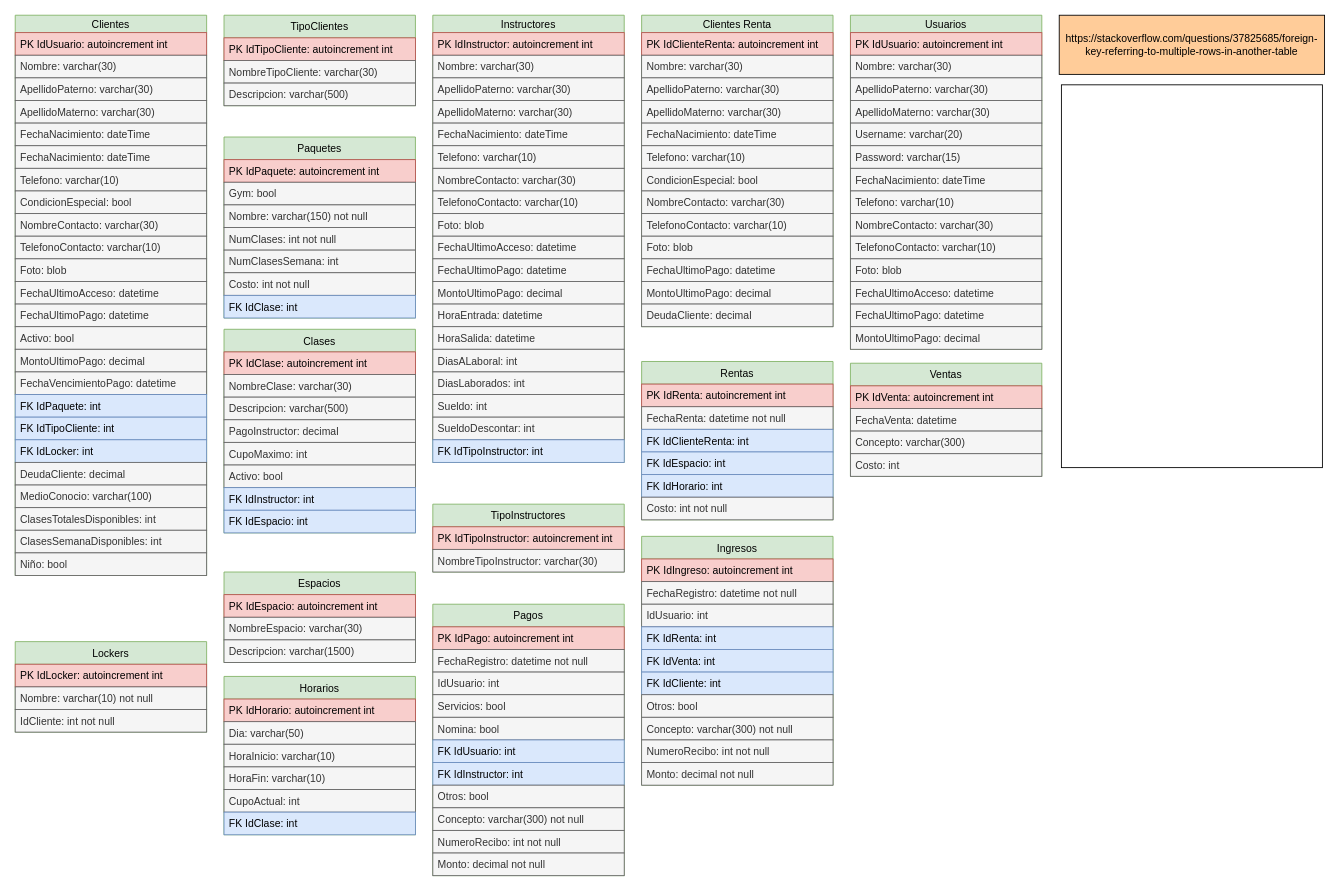
Fwxzxh/GymCastillo keeps this draw.io diagram as page "Base de Datos" (1 of 2) of GymCastillo/Docs/Diagrams/Gym.drawio. Above is the earlier version. Source tidied: cells renumbered, new cells numbered last; positions are measured from the earlier drawing's top-left corner, leaving out a move shared by most shapes. Both pictures are drawn from the tidied source at 87%, with x=0, y=0 at pixel (15, 15).
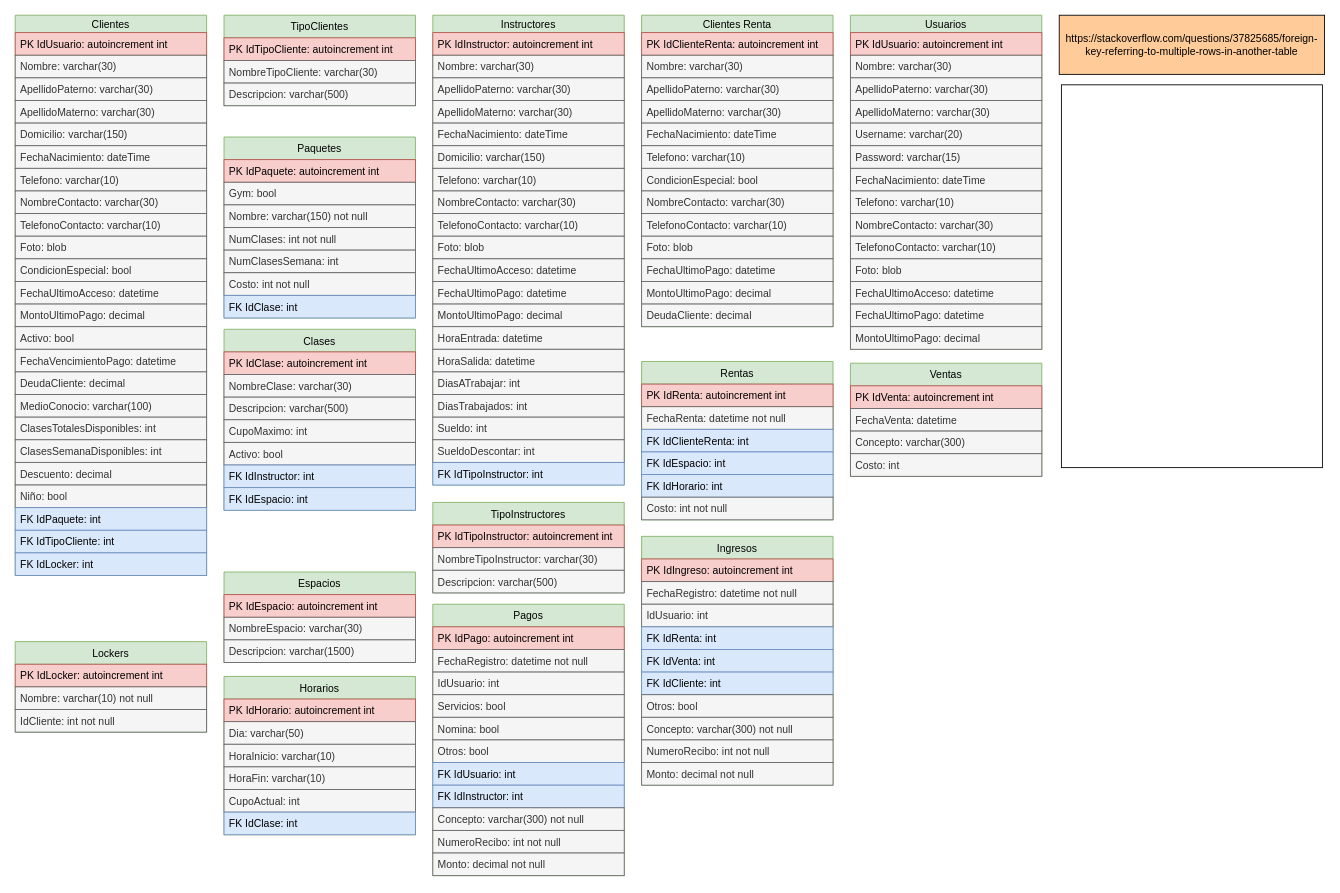
The same page after the edit.

Unchanged cells that the change refers to:
```xml
<mxCell id="2" value="Clientes" style="swimlane;fontStyle=0;horizontal=1;startSize=20;fillColor=#d5e8d4;strokeColor=#82b366;" parent="1" vertex="1">
  <mxGeometry width="220" height="644" as="geometry" />
</mxCell>
<mxCell id="60" value="Pagos" style="swimlane;fontStyle=0;horizontal=1;startSize=26;fillColor=#d5e8d4;strokeColor=#82b366;" parent="1" vertex="1">
  <mxGeometry x="480" y="677" width="220" height="312" as="geometry" />
</mxCell>
```

Diff of the diagram source:
```diff
@@
+    <mxCell id="152" value="Domicilio: varchar(150)" style="text;strokeColor=#666666;fillColor=#f5f5f5;align=left;verticalAlign=top;spacingLeft=4;spacingRight=4;overflow=hidden;fontColor=#333333;" parent="2" vertex="1">
+      <mxGeometry y="124" width="220" height="26" as="geometry" />
+    </mxCell>
     <mxCell id="7" value="FechaNacimiento: dateTime" style="text;strokeColor=#666666;fillColor=#f5f5f5;align=left;verticalAlign=top;spacingLeft=4;spacingRight=4;overflow=hidden;fontColor=#333333;" parent="2" vertex="1">
-      <mxGeometry y="124" width="220" height="26" as="geometry" />
+      <mxGeometry y="150" width="220" height="26" as="geometry" />
     </mxCell>
-    <mxCell id="8" value="FechaNacimiento: dateTime" style="text;strokeColor=#666666;fillColor=#f5f5f5;align=left;verticalAlign=top;spacingLeft=4;spacingRight=4;overflow=hidden;fontColor=#333333;" parent="2" vertex="1">
-      <mxGeometry y="150" width="220" height="26" as="geometry" />
-    </mxCell>
@@
-    <mxCell id="10" value="CondicionEspecial: bool" style="text;strokeColor=#666666;fillColor=#f5f5f5;align=left;verticalAlign=top;spacingLeft=4;spacingRight=4;overflow=hidden;fontColor=#333333;" parent="2" vertex="1">
-      <mxGeometry y="202" width="220" height="26" as="geometry" />
-    </mxCell>
     <mxCell id="11" value="NombreContacto: varchar(30)" style="text;strokeColor=#666666;fillColor=#f5f5f5;align=left;verticalAlign=top;spacingLeft=4;spacingRight=4;overflow=hidden;fontColor=#333333;" parent="2" vertex="1">
-      <mxGeometry y="228" width="220" height="26" as="geometry" />
+      <mxGeometry y="202" width="220" height="26" as="geometry" />
     </mxCell>
     <mxCell id="12" value="TelefonoContacto: varchar(10)" style="text;strokeColor=#666666;fillColor=#f5f5f5;align=left;verticalAlign=top;spacingLeft=4;spacingRight=4;overflow=hidden;fontColor=#333333;" parent="2" vertex="1">
-      <mxGeometry y="254" width="220" height="26" as="geometry" />
+      <mxGeometry y="228" width="220" height="26" as="geometry" />
     </mxCell>
     <mxCell id="13" value="Foto: blob" style="text;strokeColor=#666666;fillColor=#f5f5f5;align=left;verticalAlign=top;spacingLeft=4;spacingRight=4;overflow=hidden;fontColor=#333333;" parent="2" vertex="1">
-      <mxGeometry y="280" width="220" height="26" as="geometry" />
+      <mxGeometry y="254" width="220" height="26" as="geometry" />
     </mxCell>
+    <mxCell id="10" value="CondicionEspecial: bool" style="text;strokeColor=#666666;fillColor=#f5f5f5;align=left;verticalAlign=top;spacingLeft=4;spacingRight=4;overflow=hidden;fontColor=#333333;" parent="2" vertex="1">
+      <mxGeometry y="280" width="220" height="26" as="geometry" />
+    </mxCell>
@@
-    <mxCell id="15" value="FechaUltimoPago: datetime" style="text;strokeColor=#666666;fillColor=#f5f5f5;align=left;verticalAlign=top;spacingLeft=4;spacingRight=4;overflow=hidden;fontColor=#333333;" parent="2" vertex="1">
-      <mxGeometry y="332" width="220" height="26" as="geometry" />
-    </mxCell>
+    <mxCell id="17" value="MontoUltimoPago: decimal" style="text;strokeColor=#666666;fillColor=#f5f5f5;align=left;verticalAlign=top;spacingLeft=4;spacingRight=4;overflow=hidden;fontColor=#333333;" parent="2" vertex="1">
+      <mxGeometry y="332" width="220" height="26" as="geometry" />
+    </mxCell>
@@
-    <mxCell id="17" value="MontoUltimoPago: decimal" style="text;strokeColor=#666666;fillColor=#f5f5f5;align=left;verticalAlign=top;spacingLeft=4;spacingRight=4;overflow=hidden;fontColor=#333333;" parent="2" vertex="1">
-      <mxGeometry y="384" width="220" height="26" as="geometry" />
-    </mxCell>
     <mxCell id="18" value="FechaVencimientoPago: datetime&#10;" style="text;strokeColor=#666666;fillColor=#f5f5f5;align=left;verticalAlign=top;spacingLeft=4;spacingRight=4;overflow=hidden;fontColor=#333333;" parent="2" vertex="1">
-      <mxGeometry y="410" width="220" height="26" as="geometry" />
+      <mxGeometry y="384" width="220" height="26" as="geometry" />
     </mxCell>
-    <mxCell id="19" value="FK IdPaquete: int" style="text;strokeColor=#6c8ebf;fillColor=#dae8fc;align=left;verticalAlign=top;spacingLeft=4;spacingRight=4;overflow=hidden;" parent="2" vertex="1">
-      <mxGeometry y="436" width="220" height="26" as="geometry" />
-    </mxCell>
-    <mxCell id="20" value="FK IdTipoCliente: int" style="text;strokeColor=#6c8ebf;fillColor=#dae8fc;align=left;verticalAlign=top;spacingLeft=4;spacingRight=4;overflow=hidden;" parent="2" vertex="1">
-      <mxGeometry y="462" width="220" height="26" as="geometry" />
-    </mxCell>
-    <mxCell id="21" value="FK IdLocker: int" style="text;strokeColor=#6c8ebf;fillColor=#dae8fc;align=left;verticalAlign=top;spacingLeft=4;spacingRight=4;overflow=hidden;" parent="2" vertex="1">
-      <mxGeometry y="488" width="220" height="26" as="geometry" />
-    </mxCell>
     <mxCell id="22" value="DeudaCliente: decimal" style="text;strokeColor=#666666;fillColor=#f5f5f5;align=left;verticalAlign=top;spacingLeft=4;spacingRight=4;overflow=hidden;fontColor=#333333;" parent="2" vertex="1">
-      <mxGeometry y="514" width="220" height="26" as="geometry" />
+      <mxGeometry y="410" width="220" height="26" as="geometry" />
     </mxCell>
     <mxCell id="23" value="MedioConocio: varchar(100)" style="text;strokeColor=#666666;fillColor=#f5f5f5;align=left;verticalAlign=top;spacingLeft=4;spacingRight=4;overflow=hidden;fontColor=#333333;" parent="2" vertex="1">
-      <mxGeometry y="540" width="220" height="26" as="geometry" />
+      <mxGeometry y="436" width="220" height="26" as="geometry" />
     </mxCell>
     <mxCell id="24" value="ClasesTotalesDisponibles: int" style="text;strokeColor=#666666;fillColor=#f5f5f5;align=left;verticalAlign=top;spacingLeft=4;spacingRight=4;overflow=hidden;fontColor=#333333;" parent="2" vertex="1">
-      <mxGeometry y="566" width="220" height="26" as="geometry" />
+      <mxGeometry y="462" width="220" height="26" as="geometry" />
     </mxCell>
     <mxCell id="25" value="ClasesSemanaDisponibles: int" style="text;strokeColor=#666666;fillColor=#f5f5f5;align=left;verticalAlign=top;spacingLeft=4;spacingRight=4;overflow=hidden;fontColor=#333333;" parent="2" vertex="1">
-      <mxGeometry y="592" width="220" height="26" as="geometry" />
+      <mxGeometry y="488" width="220" height="26" as="geometry" />
     </mxCell>
+    <mxCell id="153" value="Descuento: decimal" style="text;strokeColor=#666666;fillColor=#f5f5f5;align=left;verticalAlign=top;spacingLeft=4;spacingRight=4;overflow=hidden;fontColor=#333333;" parent="2" vertex="1">
+      <mxGeometry y="514" width="220" height="26" as="geometry" />
+    </mxCell>
     <mxCell id="26" value="Niño: bool" style="text;strokeColor=#666666;fillColor=#f5f5f5;align=left;verticalAlign=top;spacingLeft=4;spacingRight=4;overflow=hidden;fontColor=#333333;" parent="2" vertex="1">
-      <mxGeometry y="618" width="220" height="26" as="geometry" />
+      <mxGeometry y="540" width="220" height="26" as="geometry" />
     </mxCell>
+    <mxCell id="19" value="FK IdPaquete: int" style="text;strokeColor=#6c8ebf;fillColor=#dae8fc;align=left;verticalAlign=top;spacingLeft=4;spacingRight=4;overflow=hidden;" parent="2" vertex="1">
+      <mxGeometry y="566" width="220" height="26" as="geometry" />
+    </mxCell>
+    <mxCell id="20" value="FK IdTipoCliente: int" style="text;strokeColor=#6c8ebf;fillColor=#dae8fc;align=left;verticalAlign=top;spacingLeft=4;spacingRight=4;overflow=hidden;" parent="2" vertex="1">
+      <mxGeometry y="592" width="220" height="26" as="geometry" />
+    </mxCell>
+    <mxCell id="21" value="FK IdLocker: int" style="text;strokeColor=#6c8ebf;fillColor=#dae8fc;align=left;verticalAlign=top;spacingLeft=4;spacingRight=4;overflow=hidden;" parent="2" vertex="1">
+      <mxGeometry y="618" width="220" height="26" as="geometry" />
+    </mxCell>
     <mxCell id="27" value="Instructores" style="swimlane;fontStyle=0;horizontal=1;startSize=20;fillColor=#d5e8d4;strokeColor=#82b366;" parent="1" vertex="1">
-      <mxGeometry x="480" width="220" height="514" as="geometry" />
+      <mxGeometry x="480" width="220" height="540" as="geometry" />
     </mxCell>
@@
+    <mxCell id="154" value="Domicilio: varchar(150)" style="text;strokeColor=#666666;fillColor=#f5f5f5;align=left;verticalAlign=top;spacingLeft=4;spacingRight=4;overflow=hidden;fontColor=#333333;" parent="27" vertex="1">
+      <mxGeometry y="150" width="220" height="26" as="geometry" />
+    </mxCell>
     <mxCell id="33" value="Telefono: varchar(10)" style="text;strokeColor=#666666;fillColor=#f5f5f5;align=left;verticalAlign=top;spacingLeft=4;spacingRight=4;overflow=hidden;fontColor=#333333;" parent="27" vertex="1">
-      <mxGeometry y="150" width="220" height="26" as="geometry" />
+      <mxGeometry y="176" width="220" height="26" as="geometry" />
     </mxCell>
     <mxCell id="34" value="NombreContacto: varchar(30)" style="text;strokeColor=#666666;fillColor=#f5f5f5;align=left;verticalAlign=top;spacingLeft=4;spacingRight=4;overflow=hidden;fontColor=#333333;" parent="27" vertex="1">
-      <mxGeometry y="176" width="220" height="26" as="geometry" />
+      <mxGeometry y="202" width="220" height="26" as="geometry" />
     </mxCell>
     <mxCell id="35" value="TelefonoContacto: varchar(10)" style="text;strokeColor=#666666;fillColor=#f5f5f5;align=left;verticalAlign=top;spacingLeft=4;spacingRight=4;overflow=hidden;fontColor=#333333;" parent="27" vertex="1">
-      <mxGeometry y="202" width="220" height="26" as="geometry" />
+      <mxGeometry y="228" width="220" height="26" as="geometry" />
     </mxCell>
     <mxCell id="36" value="Foto: blob" style="text;strokeColor=#666666;fillColor=#f5f5f5;align=left;verticalAlign=top;spacingLeft=4;spacingRight=4;overflow=hidden;fontColor=#333333;" parent="27" vertex="1">
-      <mxGeometry y="228" width="220" height="26" as="geometry" />
+      <mxGeometry y="254" width="220" height="26" as="geometry" />
     </mxCell>
     <mxCell id="37" value="FechaUltimoAcceso: datetime" style="text;strokeColor=#666666;fillColor=#f5f5f5;align=left;verticalAlign=top;spacingLeft=4;spacingRight=4;overflow=hidden;fontColor=#333333;" parent="27" vertex="1">
-      <mxGeometry y="254" width="220" height="26" as="geometry" />
+      <mxGeometry y="280" width="220" height="26" as="geometry" />
     </mxCell>
     <mxCell id="38" value="FechaUltimoPago: datetime" style="text;strokeColor=#666666;fillColor=#f5f5f5;align=left;verticalAlign=top;spacingLeft=4;spacingRight=4;overflow=hidden;fontColor=#333333;" parent="27" vertex="1">
-      <mxGeometry y="280" width="220" height="26" as="geometry" />
+      <mxGeometry y="306" width="220" height="26" as="geometry" />
     </mxCell>
     <mxCell id="39" value="MontoUltimoPago: decimal" style="text;strokeColor=#666666;fillColor=#f5f5f5;align=left;verticalAlign=top;spacingLeft=4;spacingRight=4;overflow=hidden;fontColor=#333333;" parent="27" vertex="1">
-      <mxGeometry y="306" width="220" height="26" as="geometry" />
+      <mxGeometry y="332" width="220" height="26" as="geometry" />
     </mxCell>
     <mxCell id="40" value="HoraEntrada: datetime" style="text;strokeColor=#666666;fillColor=#f5f5f5;align=left;verticalAlign=top;spacingLeft=4;spacingRight=4;overflow=hidden;fontColor=#333333;" parent="27" vertex="1">
-      <mxGeometry y="332" width="220" height="26" as="geometry" />
+      <mxGeometry y="358" width="220" height="26" as="geometry" />
     </mxCell>
     <mxCell id="41" value="HoraSalida: datetime" style="text;strokeColor=#666666;fillColor=#f5f5f5;align=left;verticalAlign=top;spacingLeft=4;spacingRight=4;overflow=hidden;fontColor=#333333;" parent="27" vertex="1">
-      <mxGeometry y="358" width="220" height="26" as="geometry" />
+      <mxGeometry y="384" width="220" height="26" as="geometry" />
     </mxCell>
-    <mxCell id="42" value="DiasALaboral: int" style="text;strokeColor=#666666;fillColor=#f5f5f5;align=left;verticalAlign=top;spacingLeft=4;spacingRight=4;overflow=hidden;fontColor=#333333;" parent="27" vertex="1">
-      <mxGeometry y="384" width="220" height="26" as="geometry" />
+    <mxCell id="42" value="DiasATrabajar: int" style="text;strokeColor=#666666;fillColor=#f5f5f5;align=left;verticalAlign=top;spacingLeft=4;spacingRight=4;overflow=hidden;fontColor=#333333;" parent="27" vertex="1">
+      <mxGeometry y="410" width="220" height="26" as="geometry" />
     </mxCell>
-    <mxCell id="43" value="DiasLaborados: int" style="text;strokeColor=#666666;fillColor=#f5f5f5;align=left;verticalAlign=top;spacingLeft=4;spacingRight=4;overflow=hidden;fontColor=#333333;" parent="27" vertex="1">
-      <mxGeometry y="410" width="220" height="26" as="geometry" />
+    <mxCell id="43" value="DiasTrabajados: int" style="text;strokeColor=#666666;fillColor=#f5f5f5;align=left;verticalAlign=top;spacingLeft=4;spacingRight=4;overflow=hidden;fontColor=#333333;" parent="27" vertex="1">
+      <mxGeometry y="436" width="220" height="26" as="geometry" />
     </mxCell>
     <mxCell id="44" value="Sueldo: int" style="text;strokeColor=#666666;fillColor=#f5f5f5;align=left;verticalAlign=top;spacingLeft=4;spacingRight=4;overflow=hidden;fontColor=#333333;" parent="27" vertex="1">
-      <mxGeometry y="436" width="220" height="26" as="geometry" />
+      <mxGeometry y="462" width="220" height="26" as="geometry" />
     </mxCell>
     <mxCell id="45" value="SueldoDescontar: int" style="text;strokeColor=#666666;fillColor=#f5f5f5;align=left;verticalAlign=top;spacingLeft=4;spacingRight=4;overflow=hidden;fontColor=#333333;" parent="27" vertex="1">
-      <mxGeometry y="462" width="220" height="26" as="geometry" />
+      <mxGeometry y="488" width="220" height="26" as="geometry" />
     </mxCell>
     <mxCell id="46" value="FK IdTipoInstructor: int" style="text;strokeColor=#6c8ebf;fillColor=#dae8fc;align=left;verticalAlign=top;spacingLeft=4;spacingRight=4;overflow=hidden;" parent="27" vertex="1">
-      <mxGeometry y="488" width="220" height="26" as="geometry" />
+      <mxGeometry y="514" width="220" height="26" as="geometry" />
     </mxCell>
@@
     <mxCell id="51" value="Clases" style="swimlane;fontStyle=0;horizontal=1;startSize=26;fillColor=#d5e8d4;strokeColor=#82b366;" parent="1" vertex="1">
-      <mxGeometry x="240" y="361" width="220" height="234" as="geometry" />
+      <mxGeometry x="240" y="361" width="220" height="208" as="geometry" />
     </mxCell>
@@
-    <mxCell id="55" value="PagoInstructor: decimal" style="text;strokeColor=#666666;fillColor=#f5f5f5;align=left;verticalAlign=top;spacingLeft=4;spacingRight=4;overflow=hidden;fontColor=#333333;" parent="51" vertex="1">
-      <mxGeometry y="104" width="220" height="26" as="geometry" />
-    </mxCell>
     <mxCell id="56" value="CupoMaximo: int" style="text;strokeColor=#666666;fillColor=#f5f5f5;align=left;verticalAlign=top;spacingLeft=4;spacingRight=4;overflow=hidden;fontColor=#333333;" parent="51" vertex="1">
-      <mxGeometry y="130" width="220" height="26" as="geometry" />
+      <mxGeometry y="104" width="220" height="26" as="geometry" />
     </mxCell>
     <mxCell id="57" value="Activo: bool" style="text;strokeColor=#666666;fillColor=#f5f5f5;align=left;verticalAlign=top;spacingLeft=4;spacingRight=4;overflow=hidden;fontColor=#333333;" parent="51" vertex="1">
-      <mxGeometry y="156" width="220" height="26" as="geometry" />
+      <mxGeometry y="130" width="220" height="26" as="geometry" />
     </mxCell>
     <mxCell id="58" value="FK IdInstructor: int" style="text;strokeColor=#6c8ebf;fillColor=#dae8fc;align=left;verticalAlign=top;spacingLeft=4;spacingRight=4;overflow=hidden;" parent="51" vertex="1">
-      <mxGeometry y="182" width="220" height="26" as="geometry" />
+      <mxGeometry y="156" width="220" height="26" as="geometry" />
     </mxCell>
     <mxCell id="59" value="FK IdEspacio: int" style="text;strokeColor=#6c8ebf;fillColor=#dae8fc;align=left;verticalAlign=top;spacingLeft=4;spacingRight=4;overflow=hidden;" parent="51" vertex="1">
-      <mxGeometry y="208" width="220" height="26" as="geometry" />
+      <mxGeometry y="182" width="220" height="26" as="geometry" />
     </mxCell>
@@
+    <mxCell id="68" value="Otros: bool" style="text;strokeColor=#666666;fillColor=#f5f5f5;align=left;verticalAlign=top;spacingLeft=4;spacingRight=4;overflow=hidden;fontColor=#333333;" parent="60" vertex="1">
+      <mxGeometry y="156" width="220" height="26" as="geometry" />
+    </mxCell>
     <mxCell id="66" value="FK IdUsuario: int" style="text;strokeColor=#6c8ebf;fillColor=#dae8fc;align=left;verticalAlign=top;spacingLeft=4;spacingRight=4;overflow=hidden;" parent="60" vertex="1">
-      <mxGeometry y="156" width="220" height="26" as="geometry" />
+      <mxGeometry y="182" width="220" height="26" as="geometry" />
     </mxCell>
     <mxCell id="67" value="FK IdInstructor: int" style="text;strokeColor=#6c8ebf;fillColor=#dae8fc;align=left;verticalAlign=top;spacingLeft=4;spacingRight=4;overflow=hidden;" parent="60" vertex="1">
-      <mxGeometry y="182" width="220" height="26" as="geometry" />
+      <mxGeometry y="208" width="220" height="26" as="geometry" />
     </mxCell>
-    <mxCell id="68" value="Otros: bool" style="text;strokeColor=#666666;fillColor=#f5f5f5;align=left;verticalAlign=top;spacingLeft=4;spacingRight=4;overflow=hidden;fontColor=#333333;" parent="60" vertex="1">
-      <mxGeometry y="208" width="220" height="26" as="geometry" />
-    </mxCell>
@@
     <mxCell id="143" value="TipoInstructores" style="swimlane;fontStyle=0;horizontal=1;startSize=26;fillColor=#d5e8d4;strokeColor=#82b366;" parent="1" vertex="1">
-      <mxGeometry x="480" y="562" width="220" height="78" as="geometry" />
+      <mxGeometry x="480" y="560" width="220" height="104" as="geometry" />
     </mxCell>
@@
+    <mxCell id="155" value="Descripcion: varchar(500)" style="text;strokeColor=#666666;fillColor=#f5f5f5;align=left;verticalAlign=top;spacingLeft=4;spacingRight=4;overflow=hidden;fontColor=#333333;" parent="143" vertex="1">
+      <mxGeometry y="78" width="220" height="26" as="geometry" />
+    </mxCell>
```
